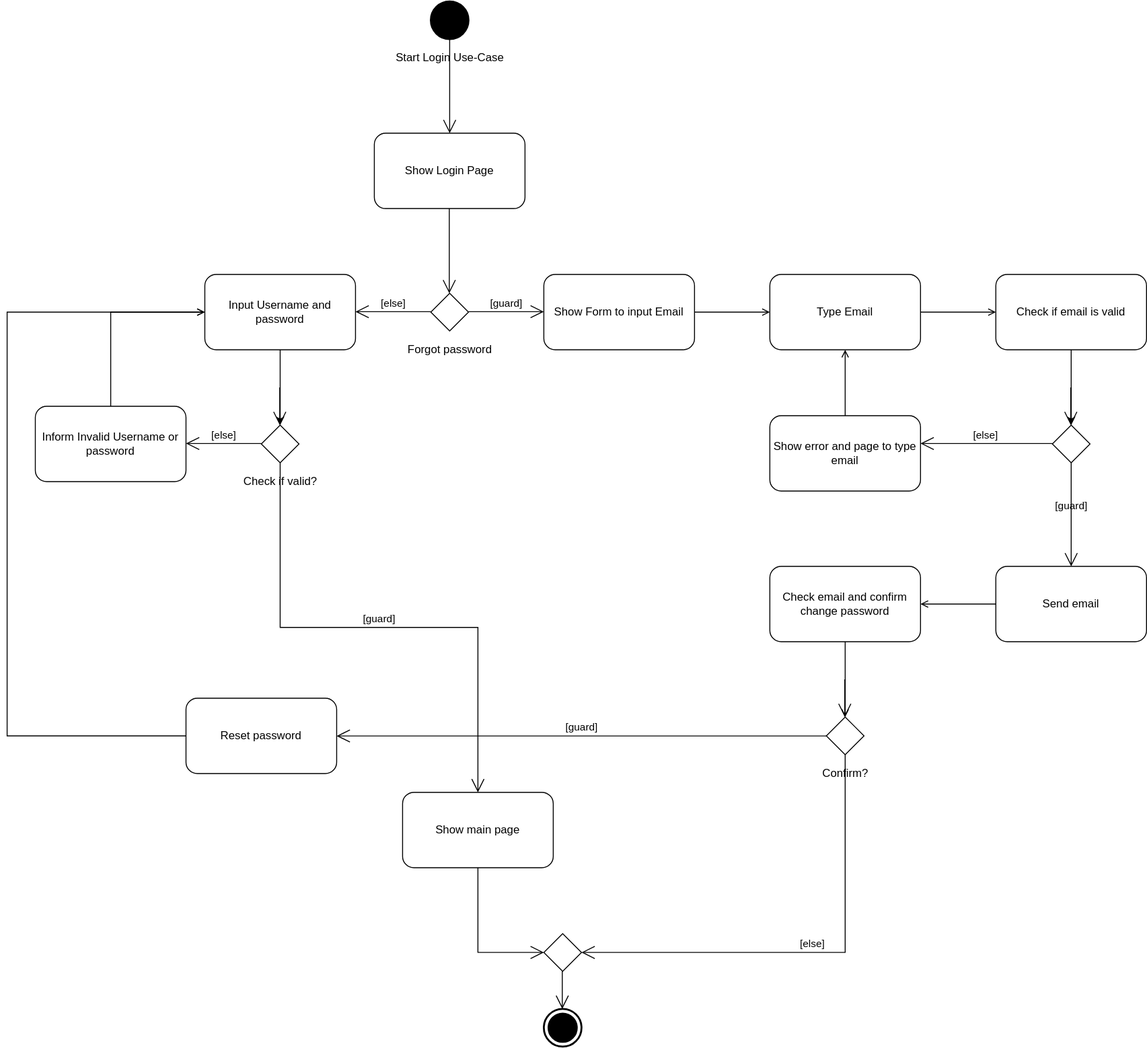
The draw.io diagram ActivityDiagram.svg in dinhphu28/tmp, before a commit. Source tidied: cells renumbered, new cells last; positions are measured from the earlier drawing's top-left corner, leaving out a move shared by most shapes. Source of this version:
```xml
<mxGraphModel>
  <root>
    <mxCell id="0" />
    <mxCell id="1" parent="0" />
    <mxCell id="2" value="Start Login Use-Case" style="shape=ellipse;html=1;fillColor=#000000;strokeWidth=2;verticalLabelPosition=bottom;verticalAlignment=top;perimeter=ellipsePerimeter;" parent="1" vertex="1">
      <mxGeometry x="450" width="40" height="40" as="geometry" />
    </mxCell>
    <mxCell id="3" value="Show Login Page" style="shape=rect;html=1;rounded=1;whiteSpace=wrap;align=center;" parent="1" vertex="1">
      <mxGeometry x="390" y="140" width="160" height="80" as="geometry" />
    </mxCell>
    <mxCell id="4" style="edgeStyle=none;html=1;endArrow=open;endSize=12;verticalAlign=top;labelBackgroundColor=none;exitX=0.5;exitY=1;exitDx=0;exitDy=0;entryX=0.5;entryY=0;entryDx=0;entryDy=0;" parent="1" edge="1" source="2" target="3">
      <mxGeometry relative="1" as="geometry" />
    </mxCell>
    <mxCell id="5" value="Forgot password" style="shape=rhombus;html=1;verticalLabelPosition=bottom;verticalAlignment=top;" parent="1" vertex="1">
      <mxGeometry x="450" y="310" width="40" height="40" as="geometry" />
    </mxCell>
    <mxCell id="6" style="edgeStyle=elbowEdgeStyle;html=1;elbow=horizontal;align=right;verticalAlign=bottom;endArrow=none;rounded=0;labelBackgroundColor=none;startArrow=open;startSize=12;entryX=0.5;entryY=1;entryDx=0;entryDy=0;" parent="1" edge="1" source="5" target="3">
      <mxGeometry relative="1" as="geometry" />
    </mxCell>
    <mxCell id="7" value="[guard]" style="edgeStyle=elbowEdgeStyle;html=1;elbow=vertical;verticalAlign=bottom;endArrow=open;rounded=0;labelBackgroundColor=none;endSize=12;" parent="1" edge="1" source="5" target="9">
      <mxGeometry relative="1" as="geometry" />
    </mxCell>
    <mxCell id="8" value="[else]" style="edgeStyle=elbowEdgeStyle;html=1;elbow=vertical;verticalAlign=bottom;endArrow=open;rounded=0;labelBackgroundColor=none;endSize=12;" parent="1" edge="1" source="5" target="22">
      <mxGeometry relative="1" as="geometry" />
    </mxCell>
    <mxCell id="9" value="Show Form to input Email" style="shape=rect;html=1;rounded=1;whiteSpace=wrap;align=center;" parent="1" vertex="1">
      <mxGeometry x="570" y="290" width="160" height="80" as="geometry" />
    </mxCell>
    <mxCell id="10" value="Type Email" style="shape=rect;html=1;rounded=1;whiteSpace=wrap;align=center;" parent="1" vertex="1">
      <mxGeometry x="810" y="290" width="160" height="80" as="geometry" />
    </mxCell>
    <mxCell id="11" style="edgeStyle=orthogonalEdgeStyle;rounded=0;jettySize=auto;html=1;endArrow=open;endFill=0;" parent="1" edge="1" source="9" target="10">
      <mxGeometry relative="1" as="geometry" />
    </mxCell>
    <mxCell id="12" value="Check if email is valid" style="shape=rect;html=1;rounded=1;whiteSpace=wrap;align=center;" parent="1" vertex="1">
      <mxGeometry x="1050" y="290" width="160" height="80" as="geometry" />
    </mxCell>
    <mxCell id="13" style="edgeStyle=orthogonalEdgeStyle;rounded=0;jettySize=auto;html=1;endArrow=open;endFill=0;" parent="1" edge="1" source="10" target="12">
      <mxGeometry relative="1" as="geometry" />
    </mxCell>
    <mxCell id="14" style="shape=rhombus;html=1;verticalLabelPosition=bottom;verticalAlignment=top;" parent="1" vertex="1">
      <mxGeometry x="1110" y="450" width="40" height="40" as="geometry" />
    </mxCell>
    <mxCell id="15" style="edgeStyle=elbowEdgeStyle;html=1;elbow=horizontal;align=right;verticalAlign=bottom;endArrow=none;rounded=0;labelBackgroundColor=none;startArrow=open;startSize=12;" parent="1" edge="1" source="14">
      <mxGeometry relative="1" as="geometry">
        <mxPoint x="1130" y="410" as="targetPoint" />
      </mxGeometry>
    </mxCell>
    <mxCell id="16" value="[guard]" style="edgeStyle=elbowEdgeStyle;html=1;elbow=vertical;verticalAlign=bottom;endArrow=open;rounded=0;labelBackgroundColor=none;endSize=12;" parent="1" edge="1" source="14" target="21">
      <mxGeometry relative="1" as="geometry" />
    </mxCell>
    <mxCell id="17" value="[else]" style="edgeStyle=elbowEdgeStyle;html=1;elbow=vertical;verticalAlign=bottom;endArrow=open;rounded=0;labelBackgroundColor=none;endSize=12;" parent="1" edge="1" source="14" target="20">
      <mxGeometry relative="1" as="geometry" />
    </mxCell>
    <mxCell id="18" style="edgeStyle=orthogonalEdgeStyle;rounded=0;jettySize=auto;html=1;" parent="1" edge="1" source="12" target="14">
      <mxGeometry relative="1" as="geometry" />
    </mxCell>
    <mxCell id="19" style="edgeStyle=orthogonalEdgeStyle;rounded=0;jettySize=auto;html=1;endArrow=open;endFill=0;" parent="1" edge="1" source="20" target="10">
      <mxGeometry relative="1" as="geometry" />
    </mxCell>
    <mxCell id="20" value="Show error and page to type email" style="shape=rect;html=1;rounded=1;whiteSpace=wrap;align=center;" parent="1" vertex="1">
      <mxGeometry x="810" y="440" width="160" height="80" as="geometry" />
    </mxCell>
    <mxCell id="21" value="Send email" style="shape=rect;html=1;rounded=1;whiteSpace=wrap;align=center;" parent="1" vertex="1">
      <mxGeometry x="1050" y="600" width="160" height="80" as="geometry" />
    </mxCell>
    <mxCell id="22" value="Input Username and password" style="shape=rect;html=1;rounded=1;whiteSpace=wrap;align=center;" parent="1" vertex="1">
      <mxGeometry x="210" y="290" width="160" height="80" as="geometry" />
    </mxCell>
    <mxCell id="23" value="Check if valid?" style="shape=rhombus;html=1;verticalLabelPosition=bottom;verticalAlignment=top;" parent="1" vertex="1">
      <mxGeometry x="270" y="450" width="40" height="40" as="geometry" />
    </mxCell>
    <mxCell id="24" style="edgeStyle=elbowEdgeStyle;html=1;elbow=horizontal;align=right;verticalAlign=bottom;endArrow=none;rounded=0;labelBackgroundColor=none;startArrow=open;startSize=12;" parent="1" edge="1" source="23">
      <mxGeometry relative="1" as="geometry">
        <mxPoint x="290" y="410" as="targetPoint" />
      </mxGeometry>
    </mxCell>
    <mxCell id="25" value="[guard]" style="edgeStyle=elbowEdgeStyle;html=1;elbow=vertical;verticalAlign=bottom;endArrow=open;rounded=0;labelBackgroundColor=none;endSize=12;" parent="1" edge="1" source="23" target="30">
      <mxGeometry relative="1" as="geometry" />
    </mxCell>
    <mxCell id="26" value="[else]" style="edgeStyle=elbowEdgeStyle;html=1;elbow=vertical;verticalAlign=bottom;endArrow=open;rounded=0;labelBackgroundColor=none;endSize=12;" parent="1" edge="1" source="23" target="29">
      <mxGeometry relative="1" as="geometry" />
    </mxCell>
    <mxCell id="27" style="edgeStyle=orthogonalEdgeStyle;rounded=0;jettySize=auto;html=1;" parent="1" edge="1" source="22" target="23">
      <mxGeometry relative="1" as="geometry" />
    </mxCell>
    <mxCell id="28" style="edgeStyle=orthogonalEdgeStyle;rounded=0;jettySize=auto;html=1;entryX=0;entryY=0.5;entryDx=0;entryDy=0;endArrow=open;endFill=0;" parent="1" edge="1" source="29" target="22">
      <mxGeometry relative="1" as="geometry">
        <Array as="points">
          <mxPoint x="110" y="330" />
        </Array>
      </mxGeometry>
    </mxCell>
    <mxCell id="29" value="Inform Invalid Username or password" style="shape=rect;html=1;rounded=1;whiteSpace=wrap;align=center;" parent="1" vertex="1">
      <mxGeometry x="30" y="430" width="160" height="80" as="geometry" />
    </mxCell>
    <mxCell id="30" value="Show main page" style="shape=rect;html=1;rounded=1;whiteSpace=wrap;align=center;" parent="1" vertex="1">
      <mxGeometry x="420" y="840" width="160" height="80" as="geometry" />
    </mxCell>
    <mxCell id="31" value="Check email and confirm change password" style="shape=rect;html=1;rounded=1;whiteSpace=wrap;align=center;" parent="1" vertex="1">
      <mxGeometry x="810" y="600" width="160" height="80" as="geometry" />
    </mxCell>
    <mxCell id="32" style="edgeStyle=orthogonalEdgeStyle;rounded=0;jettySize=auto;html=1;endArrow=open;endFill=0;" parent="1" edge="1" source="21" target="31">
      <mxGeometry relative="1" as="geometry" />
    </mxCell>
    <mxCell id="33" value="Confirm?" style="shape=rhombus;html=1;verticalLabelPosition=bottom;verticalAlignment=top;" parent="1" vertex="1">
      <mxGeometry x="870" y="760" width="40" height="40" as="geometry" />
    </mxCell>
    <mxCell id="34" style="edgeStyle=elbowEdgeStyle;html=1;elbow=horizontal;align=right;verticalAlign=bottom;endArrow=none;rounded=0;labelBackgroundColor=none;startArrow=open;startSize=12;" parent="1" edge="1" source="33">
      <mxGeometry relative="1" as="geometry">
        <mxPoint x="890" y="720" as="targetPoint" />
      </mxGeometry>
    </mxCell>
    <mxCell id="35" value="[guard]" style="edgeStyle=elbowEdgeStyle;html=1;elbow=vertical;verticalAlign=bottom;endArrow=open;rounded=0;labelBackgroundColor=none;endSize=12;" parent="1" edge="1" source="33" target="39">
      <mxGeometry relative="1" as="geometry" />
    </mxCell>
    <mxCell id="36" value="[else]" style="edgeStyle=elbowEdgeStyle;html=1;elbow=vertical;verticalAlign=bottom;endArrow=open;rounded=0;labelBackgroundColor=none;endSize=12;entryX=1;entryY=0.5;entryDx=0;entryDy=0;" parent="1" edge="1" source="33" target="40">
      <mxGeometry relative="1" as="geometry">
        <Array as="points">
          <mxPoint x="740" y="1010" />
        </Array>
      </mxGeometry>
    </mxCell>
    <mxCell id="37" style="edgeStyle=orthogonalEdgeStyle;rounded=0;jettySize=auto;html=1;endArrow=open;endFill=0;" parent="1" edge="1" source="31" target="33">
      <mxGeometry relative="1" as="geometry" />
    </mxCell>
    <mxCell id="38" style="edgeStyle=orthogonalEdgeStyle;rounded=0;jettySize=auto;html=1;entryX=0;entryY=0.5;entryDx=0;entryDy=0;endArrow=open;endFill=0;" parent="1" edge="1" source="39" target="22">
      <mxGeometry relative="1" as="geometry">
        <Array as="points">
          <mxPoint y="780" />
          <mxPoint y="330" />
        </Array>
      </mxGeometry>
    </mxCell>
    <mxCell id="39" value="Reset password" style="shape=rect;html=1;rounded=1;whiteSpace=wrap;align=center;" parent="1" vertex="1">
      <mxGeometry x="190" y="740" width="160" height="80" as="geometry" />
    </mxCell>
    <mxCell id="40" style="shape=rhombus;html=1;verticalLabelPosition=top;verticalAlignment=bottom;" parent="1" vertex="1">
      <mxGeometry x="570" y="990" width="40" height="40" as="geometry" />
    </mxCell>
    <mxCell id="41" style="edgeStyle=elbowEdgeStyle;html=1;elbow=horizontal;align=right;verticalAlign=bottom;rounded=0;labelBackgroundColor=none;endArrow=open;endSize=12;" parent="1" edge="1" source="40" target="43">
      <mxGeometry relative="1" as="geometry" />
    </mxCell>
    <mxCell id="42" style="edgeStyle=elbowEdgeStyle;html=1;elbow=vertical;verticalAlign=bottom;startArrow=open;endArrow=none;rounded=0;labelBackgroundColor=none;startSize=12;entryX=0.5;entryY=1;entryDx=0;entryDy=0;" parent="1" edge="1" source="40" target="30">
      <mxGeometry relative="1" as="geometry">
        <Array as="points">
          <mxPoint x="540" y="1010" />
        </Array>
      </mxGeometry>
    </mxCell>
    <mxCell id="43" style="html=1;shape=mxgraph.sysml.actFinal;strokeWidth=2;verticalLabelPosition=bottom;verticalAlignment=top;" parent="1" vertex="1">
      <mxGeometry x="570" y="1070" width="40" height="40" as="geometry" />
    </mxCell>
  </root>
</mxGraphModel>
```
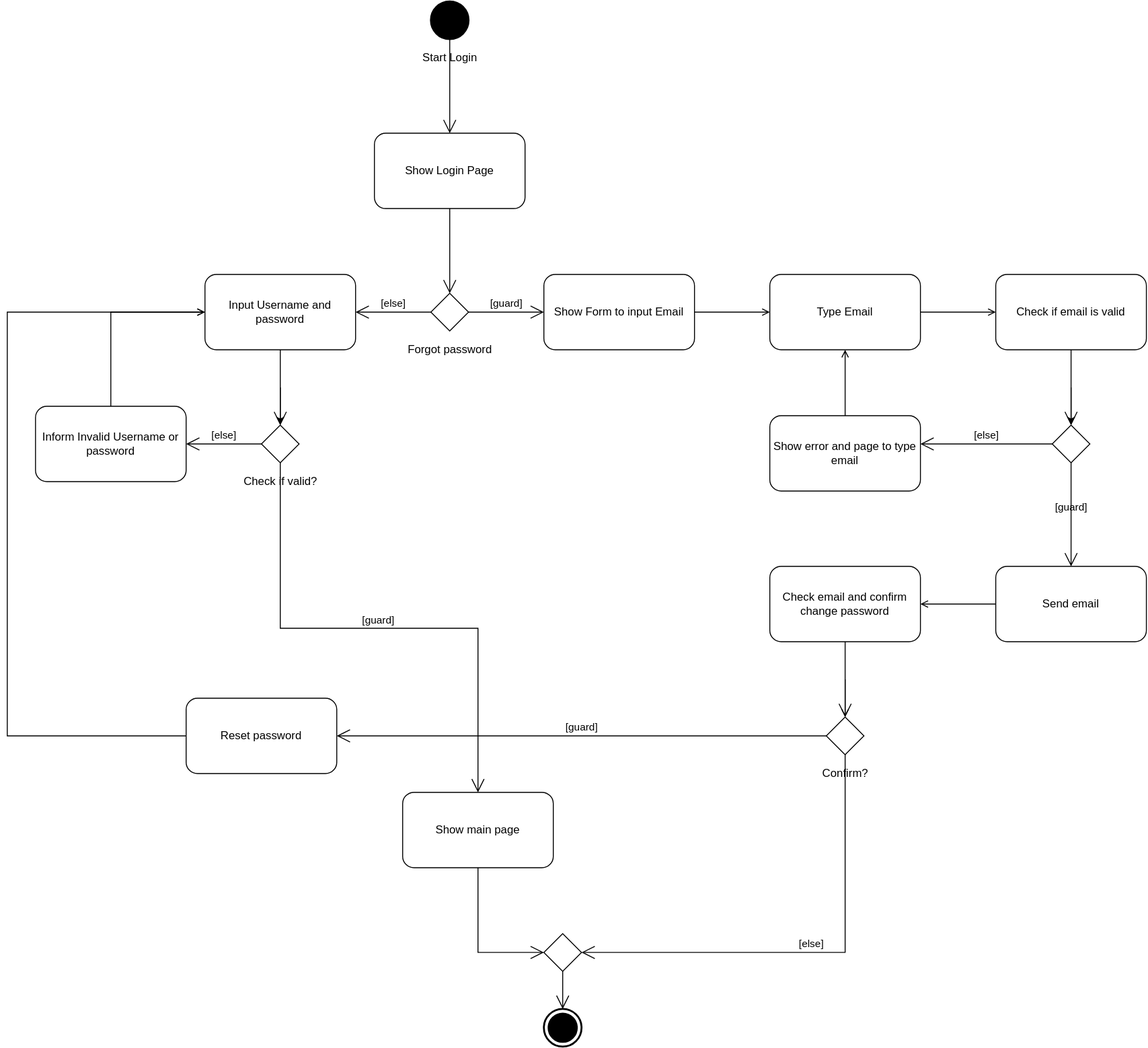
The same diagram one commit later.

The edit, as a diff of the source:
```diff
@@ -2,7 +2,7 @@
   <root>
     <mxCell id="0" />
     <mxCell id="1" parent="0" />
-    <mxCell id="2" value="Start Login Use-Case" style="shape=ellipse;html=1;fillColor=#000000;strokeWidth=2;verticalLabelPosition=bottom;verticalAlignment=top;perimeter=ellipsePerimeter;" parent="1" vertex="1">
+    <mxCell id="2" value="Start Login" style="shape=ellipse;html=1;fillColor=#000000;strokeWidth=2;verticalLabelPosition=bottom;verticalAlignment=top;perimeter=ellipsePerimeter;" parent="1" vertex="1">
       <mxGeometry x="450" width="40" height="40" as="geometry" />
     </mxCell>
     <mxCell id="3" value="Show Login Page" style="shape=rect;html=1;rounded=1;whiteSpace=wrap;align=center;" parent="1" vertex="1">
```
